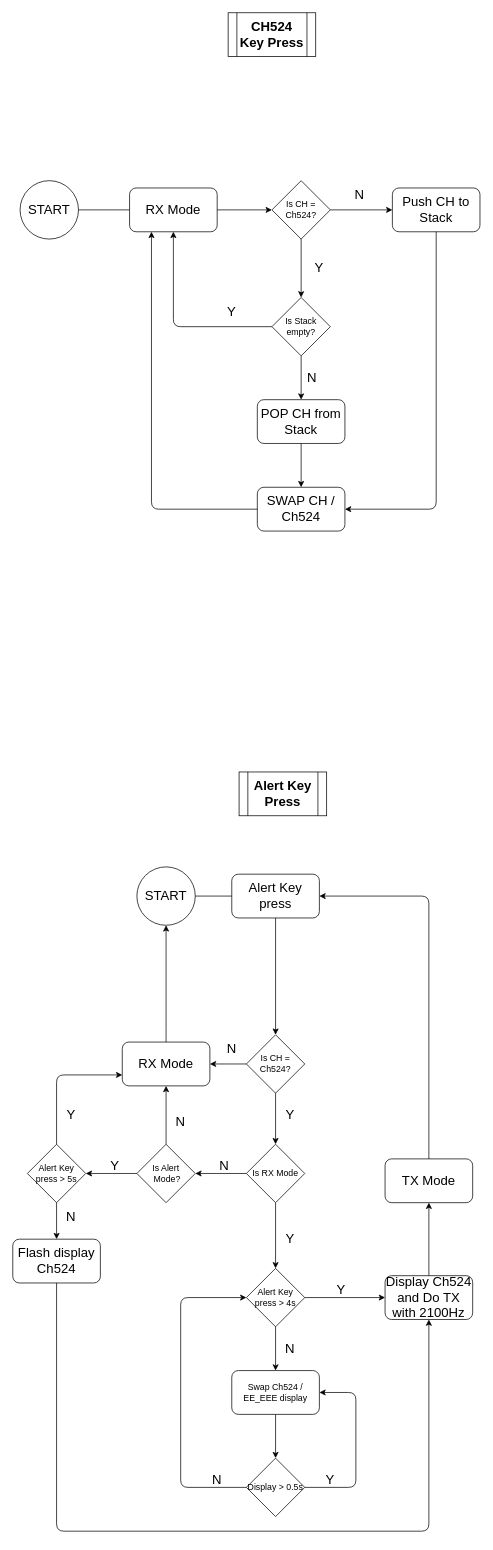
This is Untitled Diagram.drawio from kevinl8890/flowchart, a draw.io file, before an edit. Source tidied: cells renumbered, new cells numbered last; positions are measured from the earlier drawing's top-left corner, leaving out a move shared by most shapes. Both pictures are drawn from the tidied source at 73%, with x=0, y=0 at pixel (12, 12).
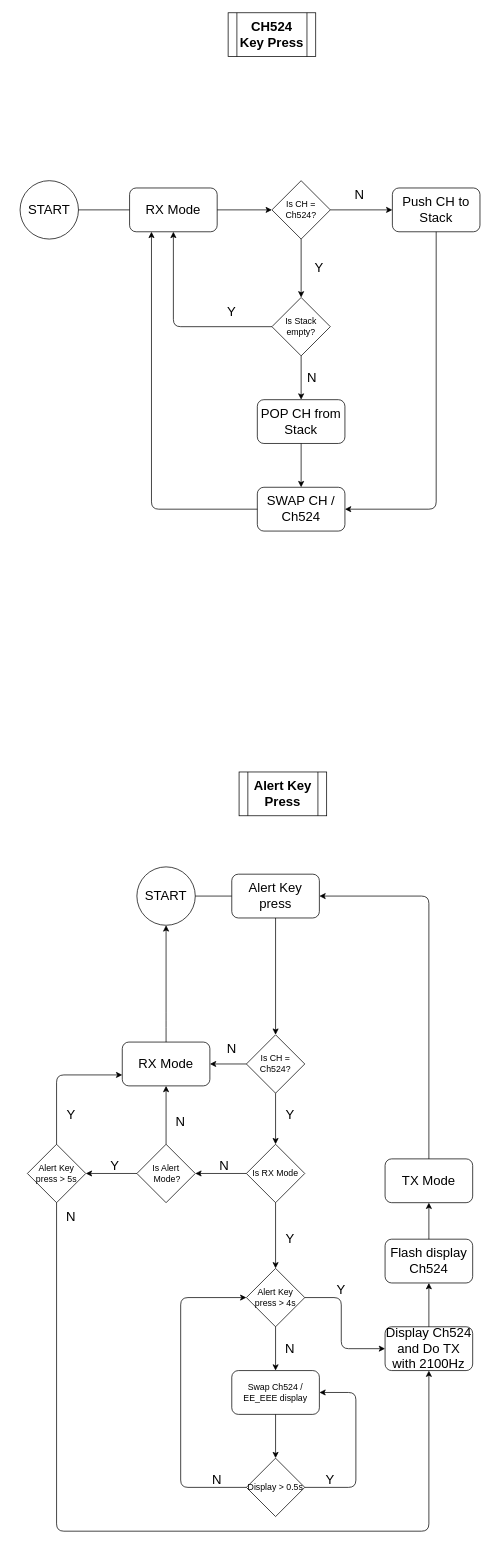
Above is the later version.

Unchanged cells that the change refers to:
```xml
<mxCell id="19" value="Alert Key press &amp;gt; 4s" style="rhombus;whiteSpace=wrap;html=1;" parent="1" vertex="1">
  <mxGeometry x="320" y="1720" width="80" height="80" as="geometry" />
</mxCell>
<mxCell id="22" value="Alert Key press &amp;gt; 5s" style="rhombus;whiteSpace=wrap;html=1;" parent="1" vertex="1">
  <mxGeometry x="20" y="1550" width="80" height="80" as="geometry" />
</mxCell>
<mxCell id="35" value="&lt;font style=&quot;font-size: 18px&quot;&gt;TX Mode&lt;/font&gt;" style="rounded=1;whiteSpace=wrap;html=1;direction=west;" parent="1" vertex="1">
  <mxGeometry x="510" y="1570" width="120" height="60" as="geometry" />
</mxCell>
```

What changed in the source:
```diff
@@
     <mxCell id="29" value="&lt;font style=&quot;font-size: 18px&quot;&gt;Flash display Ch524&lt;br&gt;&lt;/font&gt;" style="rounded=1;whiteSpace=wrap;html=1;" parent="1" vertex="1">
-      <mxGeometry y="1680" width="120" height="60" as="geometry" />
+      <mxGeometry x="510" y="1680" width="120" height="60" as="geometry" />
     </mxCell>
-    <mxCell id="30" style="endArrow=classic;html=1;exitX=0.5;exitY=1;exitDx=0;exitDy=0;entryX=0.5;entryY=0;entryDx=0;entryDy=0;" parent="1" edge="1" source="22" target="29">
-      <mxGeometry relative="1" as="geometry" />
-    </mxCell>
@@
     <mxCell id="32" value="&lt;font style=&quot;font-size: 18px&quot;&gt;Display Ch524 and Do TX with 2100Hz&lt;/font&gt;" style="rounded=1;whiteSpace=wrap;html=1;" parent="1" vertex="1">
-      <mxGeometry x="510" y="1730" width="120" height="60" as="geometry" />
+      <mxGeometry x="510" y="1800" width="120" height="60" as="geometry" />
     </mxCell>
     <mxCell id="33" style="endArrow=classic;html=1;exitX=1;exitY=0.5;exitDx=0;exitDy=0;entryX=0;entryY=0.5;entryDx=0;entryDy=0;" parent="1" edge="1" source="19" target="32">
-      <mxGeometry relative="1" as="geometry" />
+      <mxGeometry relative="1" as="geometry">
+        <Array as="points">
+          <mxPoint x="450" y="1760" />
+          <mxPoint x="450" y="1830" />
+        </Array>
+      </mxGeometry>
     </mxCell>
@@
-    <mxCell id="36" style="endArrow=classic;html=1;entryX=0.5;entryY=0;entryDx=0;entryDy=0;exitX=0.5;exitY=0;exitDx=0;exitDy=0;" parent="1" edge="1" source="32" target="35">
-      <mxGeometry relative="1" as="geometry" />
-    </mxCell>
@@
-    <mxCell id="67" style="endArrow=classic;html=1;exitX=0.5;exitY=1;exitDx=0;exitDy=0;entryX=0.5;entryY=1;entryDx=0;entryDy=0;" parent="1" edge="1" source="29" target="32">
-      <mxGeometry relative="1" as="geometry">
-        <Array as="points">
-          <mxPoint x="60" y="2080" />
-          <mxPoint x="570" y="2080" />
-        </Array>
-      </mxGeometry>
-    </mxCell>
+    <mxCell id="68" style="endArrow=classic;html=1;exitX=0.5;exitY=1;exitDx=0;exitDy=0;entryX=0.5;entryY=1;entryDx=0;entryDy=0;" parent="1" edge="1" source="22" target="32">
+      <mxGeometry relative="1" as="geometry">
+        <Array as="points">
+          <mxPoint x="60" y="2080" />
+          <mxPoint x="570" y="2080" />
+        </Array>
+      </mxGeometry>
+    </mxCell>
+    <mxCell id="69" style="endArrow=classic;html=1;entryX=0.5;entryY=1;entryDx=0;entryDy=0;exitX=0.5;exitY=0;exitDx=0;exitDy=0;" parent="1" edge="1" source="32" target="29">
+      <mxGeometry relative="1" as="geometry" />
+    </mxCell>
+    <mxCell id="70" style="endArrow=classic;html=1;exitX=0.5;exitY=0;exitDx=0;exitDy=0;" parent="1" edge="1" source="29" target="35">
+      <mxGeometry relative="1" as="geometry" />
+    </mxCell>
```
